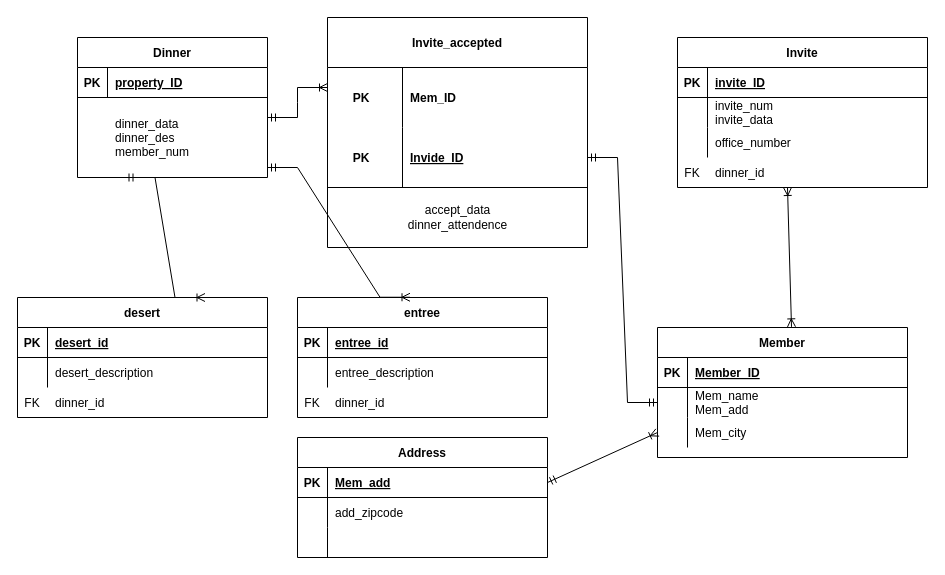
This is PCA-KNN/Untitled Diagram.drawio from Cloud0723/camera_map, a draw.io file, before an edit. Source tidied: cells renumbered, new cells numbered last; positions are measured from the earlier drawing's top-left corner, leaving out a move shared by most shapes. Both pictures are drawn from the tidied source at 100%, with x=0, y=0 at pixel (17, 17).
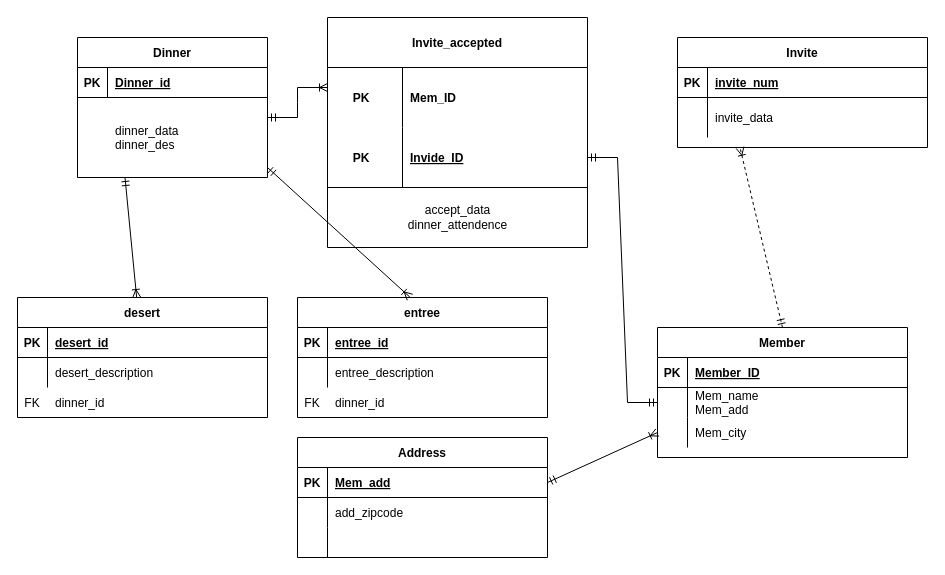
Above is the later version.

The change refers to these unchanged cells:
```xml
<mxCell id="2" value="Member" style="shape=table;startSize=30;childLayout=tableLayout;rowLines=0;fontStyle=1;align=center;" parent="1" vertex="1">
  <mxGeometry x="640" y="310" width="250" height="130" as="geometry" />
</mxCell>
<mxCell id="13" style="shape=partialRectangle;fillColor=none;top=0;left=0;right=0;bottom=1;" parent="12" vertex="1">
  <mxGeometry y="30" width="250" height="30" as="geometry" />
</mxCell>
<mxCell id="22" value="Dinner" style="shape=table;startSize=30;childLayout=tableLayout;rowLines=0;fontStyle=1;align=center;" parent="1" vertex="1">
  <mxGeometry x="60" y="20" width="190" height="140" as="geometry" />
</mxCell>
<mxCell id="23" style="shape=partialRectangle;fillColor=none;top=0;left=0;right=0;bottom=1;" parent="22" vertex="1">
  <mxGeometry y="30" width="190" height="30" as="geometry" />
</mxCell>
<mxCell id="37" value="desert" style="shape=table;startSize=30;childLayout=tableLayout;rowLines=0;fontStyle=1;align=center;" parent="1" vertex="1">
  <mxGeometry y="280" width="250" height="120" as="geometry" />
</mxCell>
<mxCell id="46" value="entree" style="shape=table;startSize=30;childLayout=tableLayout;rowLines=0;fontStyle=1;align=center;" parent="1" vertex="1">
  <mxGeometry x="280" y="280" width="250" height="120" as="geometry" />
</mxCell>
```

Diff of the diagram source:
```diff
@@
     <mxCell id="12" value="Invite" style="shape=table;startSize=30;childLayout=tableLayout;rowLines=0;fontStyle=1;align=center;" parent="1" vertex="1">
-      <mxGeometry x="660" y="20" width="250" height="150" as="geometry" />
+      <mxGeometry x="660" y="20" width="250" height="110" as="geometry" />
     </mxCell>
@@
-    <mxCell id="15" value="invite_ID" style="shape=partialRectangle;overflow=hidden;fillColor=none;top=0;left=0;bottom=0;right=0;align=left;spacingLeft=6;fontStyle=5;" parent="13" vertex="1">
+    <mxCell id="15" value="invite_num" style="shape=partialRectangle;overflow=hidden;fillColor=none;top=0;left=0;bottom=0;right=0;align=left;spacingLeft=6;fontStyle=5;" parent="13" vertex="1">
       <mxGeometry x="30" width="220" height="30" as="geometry" />
     </mxCell>
     <mxCell id="16" style="shape=partialRectangle;fillColor=none;top=0;left=0;right=0;bottom=0;" parent="12" vertex="1">
-      <mxGeometry y="60" width="250" height="30" as="geometry" />
+      <mxGeometry y="60" width="250" height="40" as="geometry" />
     </mxCell>
     <mxCell id="17" style="shape=partialRectangle;overflow=hidden;fillColor=none;top=0;left=0;bottom=0;right=0;" parent="16" vertex="1">
-      <mxGeometry width="30" height="30" as="geometry" />
+      <mxGeometry width="30" height="40" as="geometry" />
     </mxCell>
-    <mxCell id="18" value="invite_num&#10;invite_data" style="shape=partialRectangle;overflow=hidden;fillColor=none;top=0;left=0;bottom=0;right=0;align=left;spacingLeft=6;" parent="16" vertex="1">
-      <mxGeometry x="30" width="220" height="30" as="geometry" />
+    <mxCell id="18" value="invite_data" style="shape=partialRectangle;overflow=hidden;fillColor=none;top=0;left=0;bottom=0;right=0;align=left;spacingLeft=6;" parent="16" vertex="1">
+      <mxGeometry x="30" width="220" height="40" as="geometry" />
     </mxCell>
-    <mxCell id="19" style="shape=partialRectangle;fillColor=none;top=0;left=0;right=0;bottom=0;" parent="12" vertex="1">
-      <mxGeometry y="90" width="250" height="30" as="geometry" />
-    </mxCell>
-    <mxCell id="20" style="shape=partialRectangle;overflow=hidden;fillColor=none;top=0;left=0;bottom=0;right=0;" parent="19" vertex="1">
-      <mxGeometry width="30" height="30" as="geometry" />
-    </mxCell>
-    <mxCell id="21" value="office_number" style="shape=partialRectangle;overflow=hidden;fillColor=none;top=0;left=0;bottom=0;right=0;align=left;spacingLeft=6;" parent="19" vertex="1">
-      <mxGeometry x="30" width="220" height="30" as="geometry" />
-    </mxCell>
@@
-    <mxCell id="25" value="property_ID" style="shape=partialRectangle;overflow=hidden;fillColor=none;top=0;left=0;bottom=0;right=0;align=left;spacingLeft=6;fontStyle=5;" parent="23" vertex="1">
+    <mxCell id="25" value="Dinner_id" style="shape=partialRectangle;overflow=hidden;fillColor=none;top=0;left=0;bottom=0;right=0;align=left;spacingLeft=6;fontStyle=5;" parent="23" vertex="1">
       <mxGeometry x="30" width="160" height="30" as="geometry" />
     </mxCell>
@@
-    <mxCell id="35" value="dinner_id" style="shape=partialRectangle;overflow=hidden;fillColor=none;top=0;left=0;bottom=0;right=0;align=left;spacingLeft=6;fontStyle=0;" parent="1" vertex="1">
-      <mxGeometry x="690" y="140" width="220" height="30" as="geometry" />
-    </mxCell>
-    <mxCell id="36" value="FK" style="shape=partialRectangle;overflow=hidden;fillColor=none;top=0;left=0;bottom=0;right=0;" parent="1" vertex="1">
-      <mxGeometry x="660" y="140" width="30" height="30" as="geometry" />
-    </mxCell>
@@
-    <mxCell id="55" value="dinner_data&#10;dinner_des&#10;member_num" style="shape=partialRectangle;overflow=hidden;fillColor=none;top=0;left=0;bottom=0;right=0;align=left;spacingLeft=6;" parent="1" vertex="1">
+    <mxCell id="55" value="dinner_data&#10;dinner_des" style="shape=partialRectangle;overflow=hidden;fillColor=none;top=0;left=0;bottom=0;right=0;align=left;spacingLeft=6;" parent="1" vertex="1">
       <mxGeometry x="90" y="85" width="150" height="70" as="geometry" />
     </mxCell>
@@
-    <mxCell id="67" style="edgeStyle=entityRelationEdgeStyle;fontSize=12;html=1;endArrow=ERoneToMany;startArrow=ERmandOne;rounded=0;exitX=0.25;exitY=1;exitDx=0;exitDy=0;entryX=0.75;entryY=0;entryDx=0;entryDy=0;" parent="1" edge="1" source="22" target="37">
+    <mxCell id="67" style="fontSize=12;html=1;endArrow=ERoneToMany;startArrow=ERmandOne;rounded=0;exitX=0.25;exitY=1;exitDx=0;exitDy=0;" parent="1" edge="1" source="22" target="37">
       <mxGeometry relative="1" as="geometry" />
     </mxCell>
-    <mxCell id="68" style="edgeStyle=entityRelationEdgeStyle;fontSize=12;html=1;endArrow=ERoneToMany;startArrow=ERmandOne;rounded=0;exitX=0.25;exitY=1;exitDx=0;exitDy=0;entryX=0.45;entryY=-0.002;entryDx=0;entryDy=0;entryPerimeter=0;" parent="1" edge="1" target="46">
+    <mxCell id="68" style="fontSize=12;html=1;endArrow=ERoneToMany;startArrow=ERmandOne;rounded=0;exitX=0.25;exitY=1;exitDx=0;exitDy=0;entryX=0.45;entryY=-0.002;entryDx=0;entryDy=0;entryPerimeter=0;" parent="1" edge="1" target="46">
       <mxGeometry relative="1" as="geometry">
         <mxPoint x="250" y="150" as="sourcePoint" />
       </mxGeometry>
     </mxCell>
@@
-    <mxCell id="71" style="fontSize=12;html=1;endArrow=ERoneToMany;startArrow=ERoneToMany;rounded=0;exitX=0.536;exitY=-0.005;exitDx=0;exitDy=0;exitPerimeter=0;" parent="1" edge="1" source="2">
-      <mxGeometry relative="1" as="geometry">
-        <mxPoint x="770" y="170" as="targetPoint" />
-      </mxGeometry>
-    </mxCell>
+    <mxCell id="72" style="fontSize=12;html=1;endArrow=ERoneToMany;startArrow=ERmandOne;rounded=0;exitX=0.5;exitY=0;exitDx=0;exitDy=0;entryX=0.25;entryY=1;entryDx=0;entryDy=0;dashed=1;" parent="1" edge="1" source="2" target="12">
+      <mxGeometry relative="1" as="geometry" />
+    </mxCell>
```
